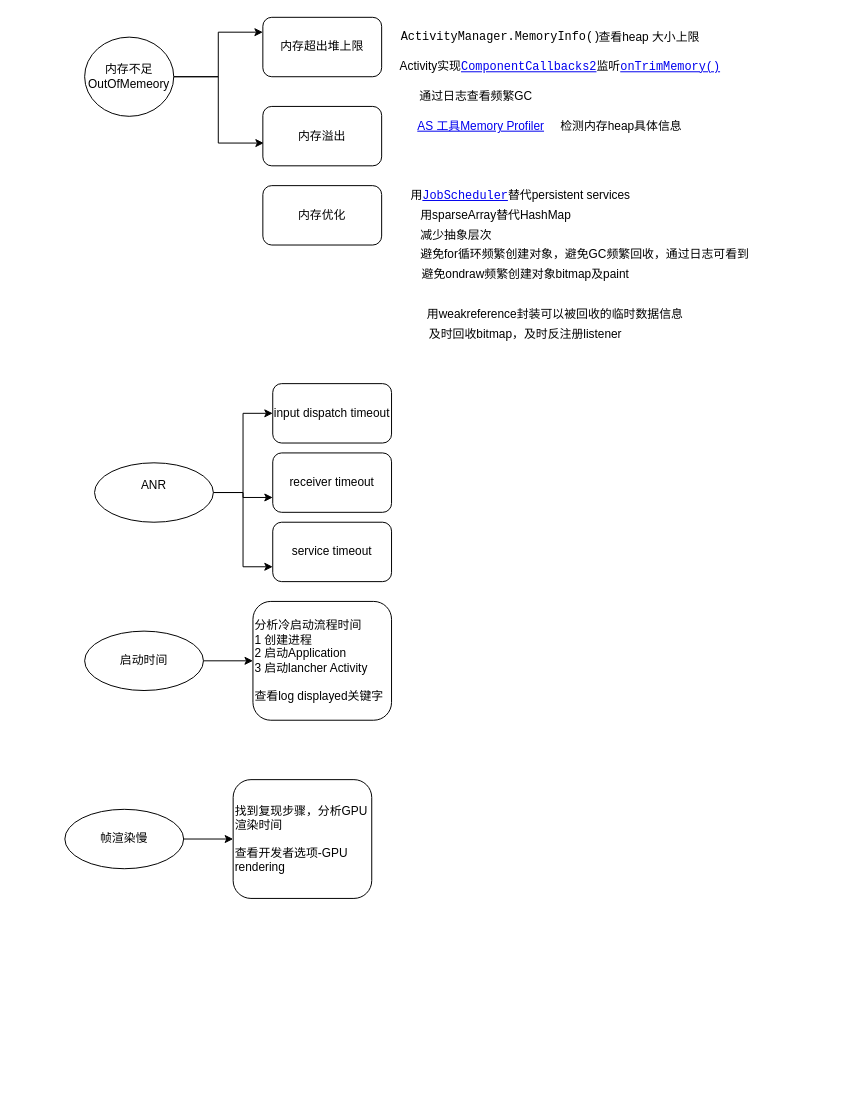
Above: page "性能优化" (3 of 8) of 未命名绘图.drawio in LBACK1912/chart (draw.io), before the change. Source tidied: cells renumbered, new cells numbered last; positions are measured from the earlier drawing's top-left corner, leaving out a move shared by most shapes. Both pictures are drawn from the tidied source at 99%, with x=0, y=0 at pixel (64, 17).
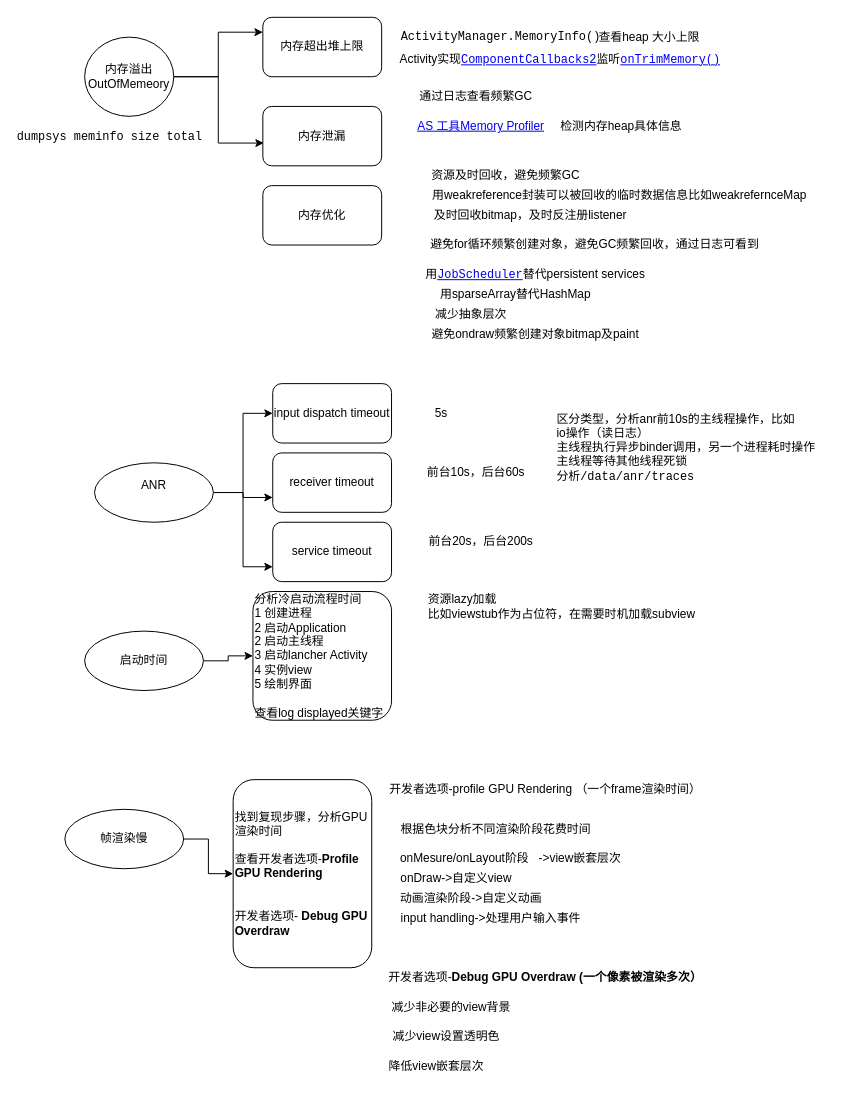
The same page after the edit.

Commit message:
Update 未命名绘图.drawio

What changed in the source:
```diff
@@
-    <mxCell id="4" value="内存不足OutOfMemeory" style="ellipse;whiteSpace=wrap;html=1;" parent="1" vertex="1">
+    <mxCell id="4" value="内存溢出OutOfMemeory" style="ellipse;whiteSpace=wrap;html=1;" parent="1" vertex="1">
       <mxGeometry x="20" y="20" width="90" height="80" as="geometry" />
     </mxCell>
@@
-    <mxCell id="6" value="内存溢出" style="rounded=1;whiteSpace=wrap;html=1;" parent="1" vertex="1">
+    <mxCell id="6" value="内存泄漏" style="rounded=1;whiteSpace=wrap;html=1;" parent="1" vertex="1">
       <mxGeometry x="200" y="90" width="120" height="60" as="geometry" />
     </mxCell>
@@
-    <mxCell id="16" value="&lt;div align=&quot;left&quot;&gt;分析冷启动流程时间&lt;/div&gt;&lt;div align=&quot;left&quot;&gt;1 创建进程&lt;/div&gt;&lt;div align=&quot;left&quot;&gt;2 启动Application&lt;br&gt;&lt;/div&gt;&lt;div&gt;3 启动lancher Activity &lt;br&gt;&lt;/div&gt;&lt;div&gt;&lt;br&gt;&lt;/div&gt;&lt;div&gt;查看log displayed关键字&lt;br&gt;&lt;/div&gt;" style="rounded=1;whiteSpace=wrap;html=1;align=left;" parent="1" vertex="1">
-      <mxGeometry x="190" y="590" width="140" height="120" as="geometry" />
+    <mxCell id="16" value="&lt;div align=&quot;left&quot;&gt;分析冷启动流程时间&lt;/div&gt;&lt;div align=&quot;left&quot;&gt;1 创建进程&lt;/div&gt;&lt;div align=&quot;left&quot;&gt;2 启动Application&lt;/div&gt;&lt;div align=&quot;left&quot;&gt;2 启动主线程&lt;br&gt;&lt;/div&gt;&lt;div&gt;3 启动lancher Activity&lt;/div&gt;&lt;div&gt;4 实例view&lt;/div&gt;&lt;div&gt;5 绘制界面&lt;br&gt;&lt;/div&gt;&lt;div&gt;&lt;br&gt;&lt;/div&gt;&lt;div&gt;查看log displayed关键字&lt;br&gt;&lt;/div&gt;" style="rounded=1;whiteSpace=wrap;html=1;align=left;" parent="1" vertex="1">
+      <mxGeometry x="190" y="580" width="140" height="130" as="geometry" />
     </mxCell>
@@
-    <mxCell id="19" value="找到复现步骤，分析GPU渲染时间 &lt;br&gt;&lt;div&gt;&lt;br&gt;&lt;/div&gt;&lt;div&gt;查看开发者选项-GPU rendering&lt;br&gt;&lt;/div&gt;" style="rounded=1;whiteSpace=wrap;html=1;align=left;" parent="1" vertex="1">
-      <mxGeometry x="170" y="770" width="140" height="120" as="geometry" />
+    <mxCell id="19" value="找到复现步骤，分析GPU渲染时间 &lt;br&gt;&lt;div&gt;&lt;br&gt;&lt;/div&gt;&lt;div&gt;查看开发者选项-&lt;b&gt;Profile GPU Rendering&lt;/b&gt;&lt;/div&gt;&lt;div&gt;&lt;br&gt;&lt;/div&gt;&lt;div&gt;&lt;br&gt;&lt;/div&gt;&lt;div&gt;开发者选项- &lt;b&gt;Debug GPU Overdraw&lt;/b&gt;&lt;/div&gt;" style="rounded=1;whiteSpace=wrap;html=1;align=left;" parent="1" vertex="1">
+      <mxGeometry x="170" y="770" width="140" height="190" as="geometry" />
     </mxCell>
@@
-    <mxCell id="22" value="Activity实现&lt;code dir=&quot;ltr&quot;&gt;&lt;a href=&quot;https://developer.android.google.cn/reference/android/content/ComponentCallbacks2&quot;&gt;ComponentCallbacks2&lt;/a&gt;&lt;/code&gt;监听&lt;code dir=&quot;ltr&quot;&gt;&lt;a href=&quot;https://developer.android.google.cn/reference/android/content/ComponentCallbacks2#onTrimMemory(int)&quot;&gt;onTrimMemory()&lt;/a&gt;&lt;/code&gt;" style="text;html=1;align=center;verticalAlign=middle;" parent="1" vertex="1">
-      <mxGeometry x="350" y="40" width="300" height="20" as="geometry" />
+    <mxCell id="22" value="&lt;div&gt;Activity实现&lt;code dir=&quot;ltr&quot;&gt;&lt;a href=&quot;https://developer.android.google.cn/reference/android/content/ComponentCallbacks2&quot;&gt;ComponentCallbacks2&lt;/a&gt;&lt;/code&gt;监听&lt;code dir=&quot;ltr&quot;&gt;&lt;a href=&quot;https://developer.android.google.cn/reference/android/content/ComponentCallbacks2#onTrimMemory(int)&quot;&gt;onTrimMemory()&lt;/a&gt;&lt;br&gt;&lt;/code&gt;&lt;/div&gt;&lt;div align=&quot;left&quot;&gt;&lt;br&gt;&lt;code dir=&quot;ltr&quot;&gt;&lt;/code&gt;&lt;/div&gt;" style="text;html=1;align=center;verticalAlign=middle;" parent="1" vertex="1">
+      <mxGeometry x="350" y="35" width="300" height="30" as="geometry" />
     </mxCell>
@@
     <mxCell id="26" value=" 用&lt;code dir=&quot;ltr&quot;&gt;&lt;a href=&quot;https://developer.android.google.cn/reference/android/app/job/JobScheduler&quot;&gt;JobScheduler&lt;/a&gt;替代&lt;/code&gt;persistent services" style="text;html=1;align=center;verticalAlign=middle;" parent="1" vertex="1">
-      <mxGeometry x="350" y="170" width="220" height="20" as="geometry" />
+      <mxGeometry x="365" y="250" width="220" height="20" as="geometry" />
     </mxCell>
     <mxCell id="27" value="用sparseArray替代HashMap" style="text;html=1;align=center;verticalAlign=middle;" parent="1" vertex="1">
-      <mxGeometry x="350" y="190" width="170" height="20" as="geometry" />
+      <mxGeometry x="370" y="270" width="170" height="20" as="geometry" />
     </mxCell>
-    <mxCell id="28" value="用weakreference封装可以被回收的临时数据信息" style="text;html=1;align=center;verticalAlign=middle;" parent="1" vertex="1">
-      <mxGeometry x="360" y="290" width="270" height="20" as="geometry" />
+    <mxCell id="28" value="用weakreference封装可以被回收的临时数据信息比如weakrefernceMap" style="text;html=1;align=center;verticalAlign=middle;" parent="1" vertex="1">
+      <mxGeometry x="365" y="170" width="390" height="20" as="geometry" />
     </mxCell>
     <mxCell id="29" value="减少抽象层次" style="text;html=1;align=center;verticalAlign=middle;" parent="1" vertex="1">
-      <mxGeometry x="350" y="210" width="90" height="20" as="geometry" />
+      <mxGeometry x="365" y="290" width="90" height="20" as="geometry" />
     </mxCell>
     <mxCell id="30" value="及时回收bitmap，及时反注册listener" style="text;html=1;align=center;verticalAlign=middle;" parent="1" vertex="1">
-      <mxGeometry x="360" y="310" width="210" height="20" as="geometry" />
+      <mxGeometry x="365" y="190" width="210" height="20" as="geometry" />
     </mxCell>
     <mxCell id="31" value="避免for循环频繁创建对象，避免GC频繁回收，通过日志可看到" style="text;html=1;align=center;verticalAlign=middle;" parent="1" vertex="1">
-      <mxGeometry x="350" y="230" width="350" height="20" as="geometry" />
+      <mxGeometry x="360" y="220" width="350" height="20" as="geometry" />
     </mxCell>
     <mxCell id="32" value="避免ondraw频繁创建对象bitmap及paint" style="text;html=1;align=center;verticalAlign=middle;" parent="1" vertex="1">
-      <mxGeometry x="355" y="250" width="220" height="20" as="geometry" />
+      <mxGeometry x="365" y="310" width="220" height="20" as="geometry" />
     </mxCell>
@@
+    <mxCell id="34" value="开发者选项-profile GPU Rendering （一个frame渲染时间）" style="text;html=1;align=center;verticalAlign=middle;" parent="1" vertex="1">
+      <mxGeometry x="320" y="770" width="330" height="20" as="geometry" />
+    </mxCell>
+    <mxCell id="35" value="根据色块分析不同渲染阶段花费时间" style="text;html=1;align=center;verticalAlign=middle;" parent="1" vertex="1">
+      <mxGeometry x="330" y="810" width="210" height="20" as="geometry" />
+    </mxCell>
+    <mxCell id="36" value="onMesure/onLayout阶段&amp;nbsp;&amp;nbsp; -&amp;gt;view嵌套层次" style="text;html=1;align=center;verticalAlign=middle;" parent="1" vertex="1">
+      <mxGeometry x="330" y="840" width="240" height="20" as="geometry" />
+    </mxCell>
+    <mxCell id="37" value="input handling-&amp;gt;处理用户输入事件" style="text;html=1;align=center;verticalAlign=middle;" parent="1" vertex="1">
+      <mxGeometry x="330" y="900" width="200" height="20" as="geometry" />
+    </mxCell>
+    <mxCell id="38" value="动画渲染阶段-&amp;gt;自定义动画" style="text;html=1;align=center;verticalAlign=middle;" parent="1" vertex="1">
+      <mxGeometry x="330" y="880" width="160" height="20" as="geometry" />
+    </mxCell>
+    <mxCell id="39" value="onDraw-&amp;gt;自定义view" style="text;html=1;align=center;verticalAlign=middle;" parent="1" vertex="1">
+      <mxGeometry x="330" y="860" width="130" height="20" as="geometry" />
+    </mxCell>
+    <mxCell id="40" value="开发者选项-&lt;b&gt;Debug GPU Overdraw (一个像素被渲染多次）&lt;/b&gt; " style="text;html=1;align=center;verticalAlign=middle;" parent="1" vertex="1">
+      <mxGeometry x="320" y="960" width="330" height="20" as="geometry" />
+    </mxCell>
+    <mxCell id="41" value="降低view嵌套层次" style="text;html=1;align=center;verticalAlign=middle;" parent="1" vertex="1">
+      <mxGeometry x="320" y="1050" width="110" height="20" as="geometry" />
+    </mxCell>
+    <mxCell id="42" value="减少view设置透明色" style="text;html=1;align=center;verticalAlign=middle;" parent="1" vertex="1">
+      <mxGeometry x="325" y="1020" width="120" height="20" as="geometry" />
+    </mxCell>
+    <mxCell id="43" value="减少非必要的view背景" style="text;html=1;align=center;verticalAlign=middle;" parent="1" vertex="1">
+      <mxGeometry x="320" y="990" width="140" height="20" as="geometry" />
+    </mxCell>
+    <mxCell id="44" value="&lt;div align=&quot;left&quot;&gt;区分类型，分析anr前10s的主线程操作，比如&lt;/div&gt;&lt;div align=&quot;left&quot;&gt;io操作（读日志）&lt;/div&gt;&lt;div align=&quot;left&quot;&gt;主线程执行异步binder调用，另一个进程耗时操作&lt;/div&gt;&lt;div align=&quot;left&quot;&gt;主线程等待其他线程死锁&lt;br&gt;&lt;/div&gt;&lt;div align=&quot;left&quot;&gt;分析&lt;code dir=&quot;ltr&quot;&gt;/data/anr/traces&lt;/code&gt;&lt;/div&gt;" style="text;html=1;align=left;verticalAlign=middle;" parent="1" vertex="1">
+      <mxGeometry x="495" y="395" width="280" height="80" as="geometry" />
+    </mxCell>
+    <mxCell id="45" value="5s" style="text;html=1;align=center;verticalAlign=middle;" parent="1" vertex="1">
+      <mxGeometry x="365" y="390" width="30" height="20" as="geometry" />
+    </mxCell>
+    <mxCell id="46" value="&lt;div&gt;前台10s，后台60s&lt;/div&gt;" style="text;html=1;align=center;verticalAlign=middle;" parent="1" vertex="1">
+      <mxGeometry x="360" y="450" width="110" height="20" as="geometry" />
+    </mxCell>
+    <mxCell id="47" value="前台20s，后台200s" style="text;html=1;align=center;verticalAlign=middle;" parent="1" vertex="1">
+      <mxGeometry x="360" y="520" width="120" height="20" as="geometry" />
+    </mxCell>
+    <mxCell id="48" value="&lt;div align=&quot;left&quot;&gt;资源lazy加载&lt;/div&gt;&lt;div align=&quot;left&quot;&gt;比如viewstub作为占位符，在需要时机加载subview&lt;/div&gt;" style="text;html=1;align=left;verticalAlign=middle;" parent="1" vertex="1">
+      <mxGeometry x="365" y="580" width="290" height="30" as="geometry" />
+    </mxCell>
+    <mxCell id="49" value="资源及时回收，避免频繁GC" style="text;html=1;align=center;verticalAlign=middle;" parent="1" vertex="1">
+      <mxGeometry x="360" y="150" width="170" height="20" as="geometry" />
+    </mxCell>
+    <mxCell id="50" value="&lt;code&gt;dumpsys meminfo size total&lt;/code&gt;" style="text;html=1;align=center;verticalAlign=middle;" parent="1" vertex="1">
+      <mxGeometry x="-40" y="110" width="170" height="20" as="geometry" />
+    </mxCell>
```
